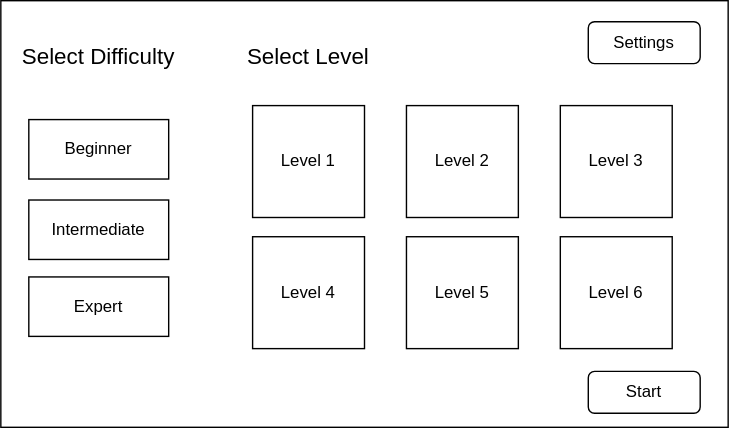
Earlier version of the draw.io export docs/wireframes/landing_screen.svg (cse110-sp26-group23/cse110-sp26-group23). Source tidied: cells renumbered, new cells last; positions are measured from the earlier drawing's top-left corner, leaving out a move shared by most shapes.
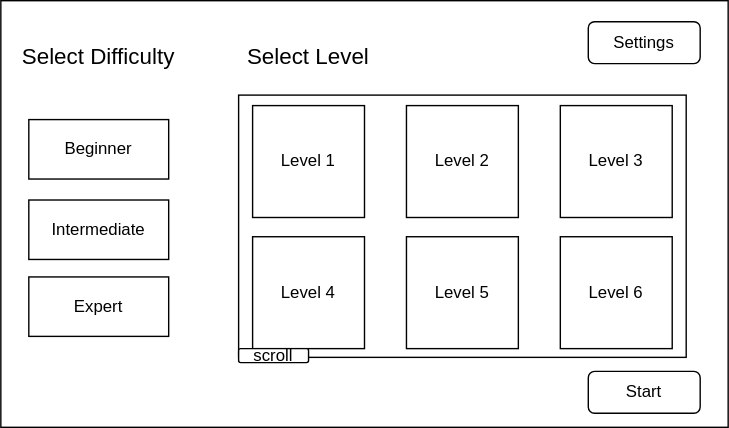
After the change.

Change to the diagram source:
```diff
@@ -44,5 +44,11 @@
     <mxCell id="15" value="Settings" style="rounded=1;whiteSpace=wrap;html=1;" parent="1" vertex="1">
       <mxGeometry x="420" y="15" width="80" height="30" as="geometry" />
     </mxCell>
+    <mxCell id="16" style="rounded=0;whiteSpace=wrap;html=1;fillColor=none;" parent="1" vertex="1">
+      <mxGeometry x="170" y="67.5" width="320" height="187.5" as="geometry" />
+    </mxCell>
+    <mxCell id="17" value="scroll" style="rounded=1;whiteSpace=wrap;html=1;" parent="1" vertex="1">
+      <mxGeometry x="170" y="248.8" width="50" height="10" as="geometry" />
+    </mxCell>
   </root>
 </mxGraphModel>
```
